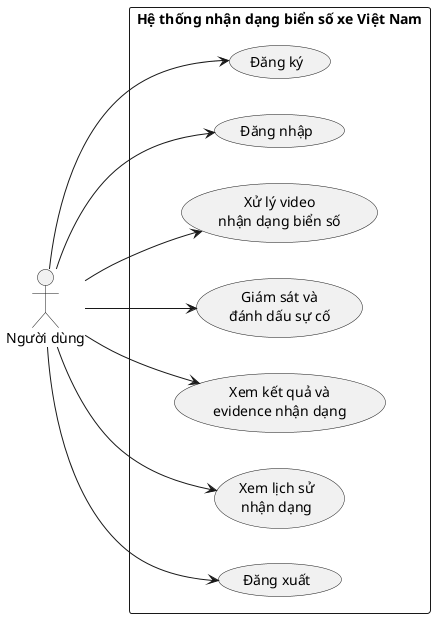
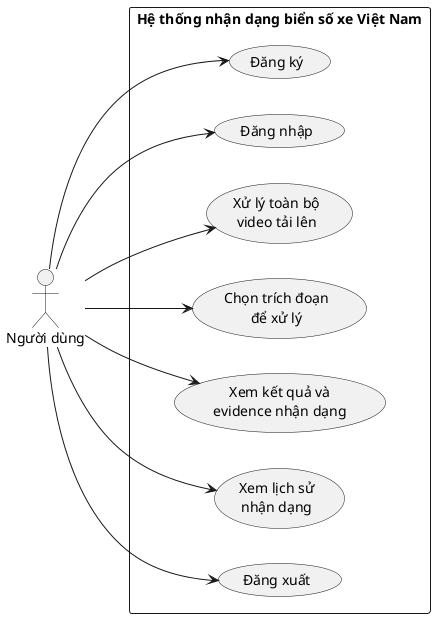
@startuml
left to right direction
skinparam actorStyle stickman

actor "Người dùng" as User

rectangle "Hệ thống nhận dạng biển số xe Việt Nam" {
  usecase "Đăng ký" as UC_Register
  usecase "Đăng nhập" as UC_Login
-   usecase "Xử lý video\nnhận dạng biển số" as UC_ProcessVideo
-   usecase "Giám sát và\nđánh dấu sự cố" as UC_Monitor
+   usecase "Xử lý toàn bộ\nvideo tải lên" as UC_ProcessFullVideo
+   usecase "Chọn trích đoạn\nđể xử lý" as UC_SelectSegment
  usecase "Xem kết quả và\nevidence nhận dạng" as UC_Result
  usecase "Xem lịch sử\nnhận dạng" as UC_History
  usecase "Đăng xuất" as UC_Logout
}

User --> UC_Register
User --> UC_Login
- User --> UC_ProcessVideo
- User --> UC_Monitor
+ User --> UC_ProcessFullVideo
+ User --> UC_SelectSegment
User --> UC_Result
User --> UC_History
User --> UC_Logout

@enduml